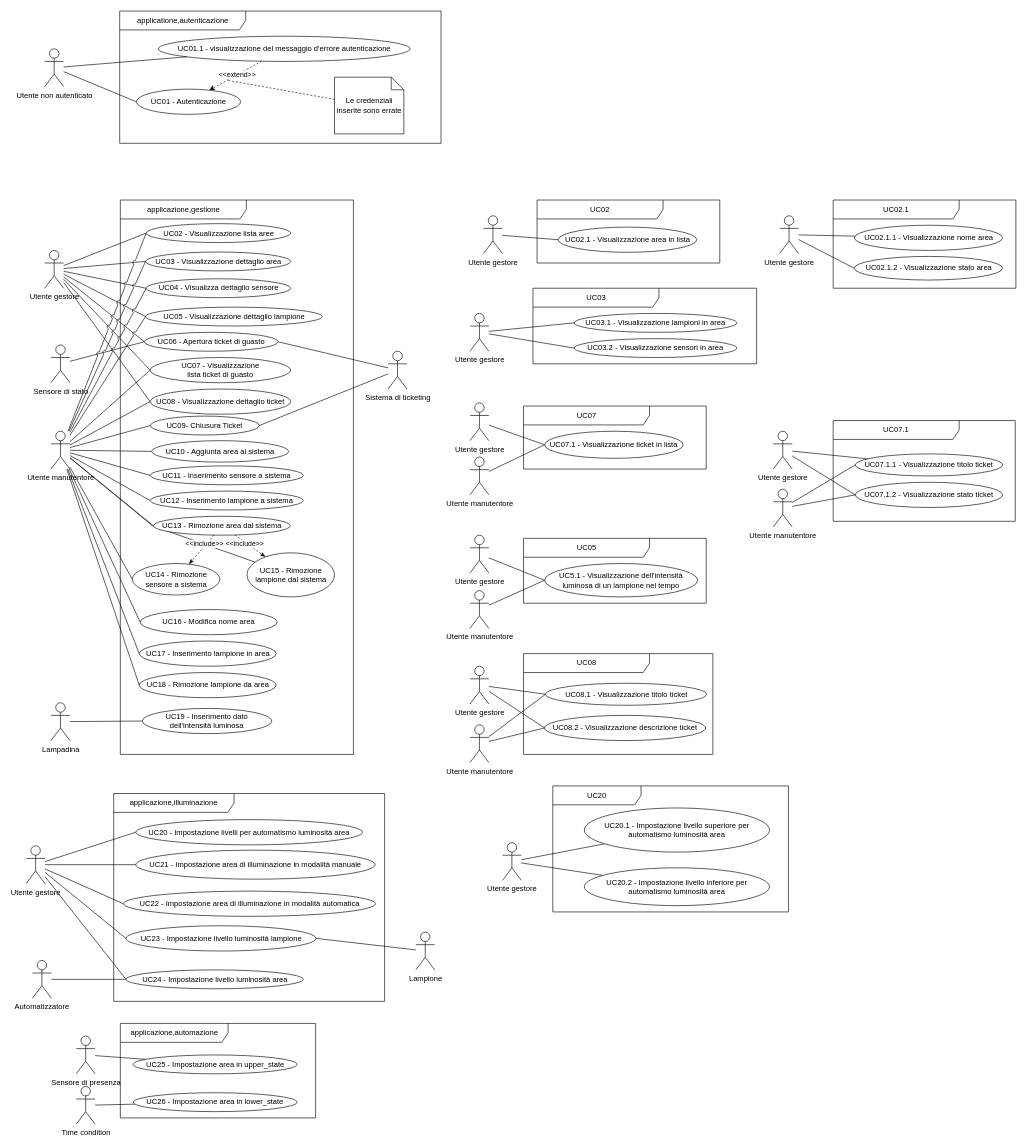
SWEasabi/analisi-dei-requisiti keeps this draw.io diagram as page "OK" (1 of 8) of casi_uso_grafici.drawio. Above is the earlier version. Source tidied: cells renumbered, new cells numbered last; positions are measured from the earlier drawing's top-left corner, leaving out a move shared by most shapes. Both pictures are drawn from the tidied source at 63%, with x=0, y=0 at pixel (26, 11).
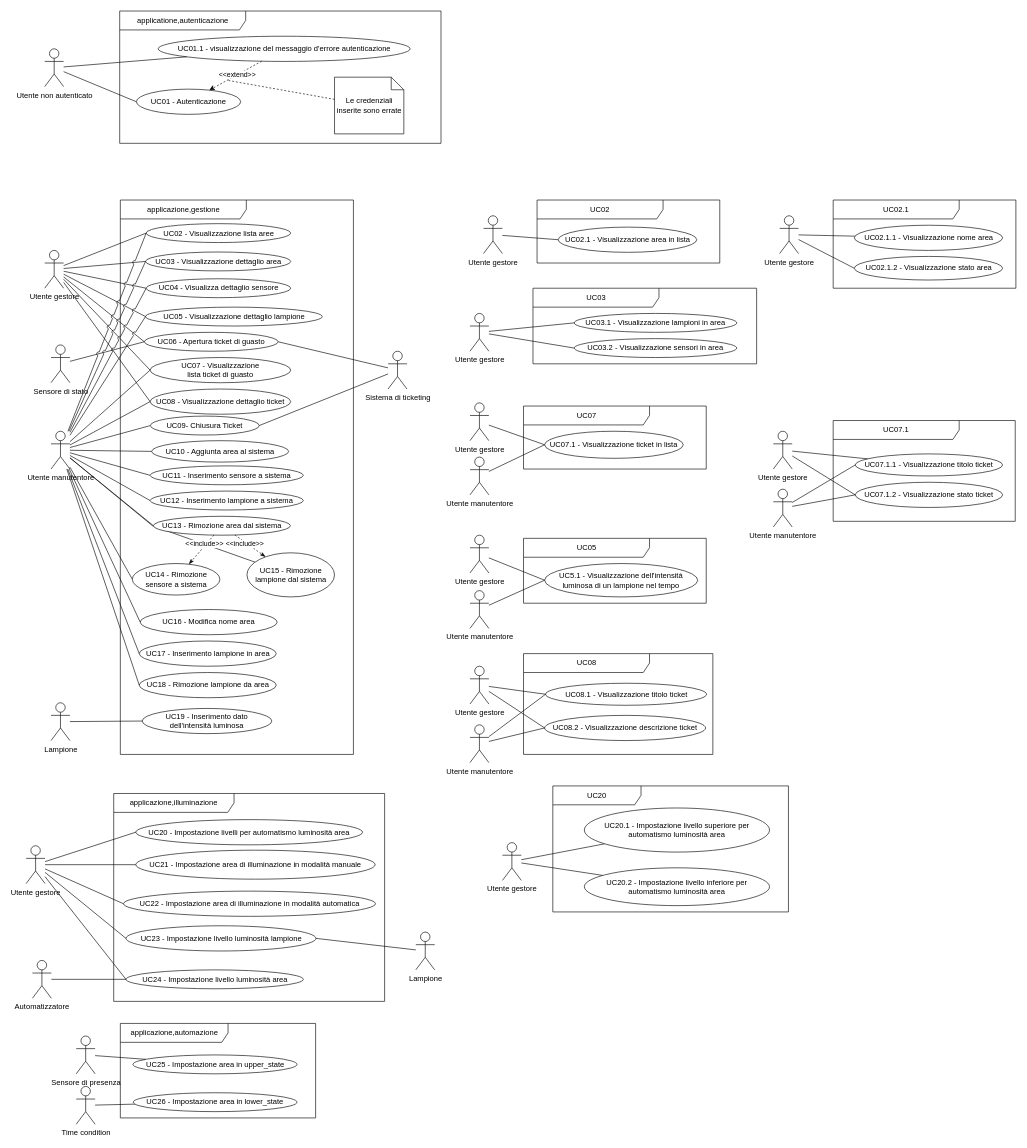
Above is the later version.

Commit message (it also covers changes not shown here):
Sostituito "lampadina" con "lampione" dove necessari

Change to the diagram source:
```diff
@@
-    <mxCell id="110" value="Lampadina" style="shape=umlActor;verticalLabelPosition=bottom;verticalAlign=top;html=1;outlineConnect=0;gradientColor=none;" parent="1" vertex="1">
+    <mxCell id="110" value="Lampione" style="shape=umlActor;verticalLabelPosition=bottom;verticalAlign=top;html=1;outlineConnect=0;gradientColor=none;" parent="1" vertex="1">
       <mxGeometry x="39.5" y="1098" width="30" height="60" as="geometry" />
     </mxCell>
```
